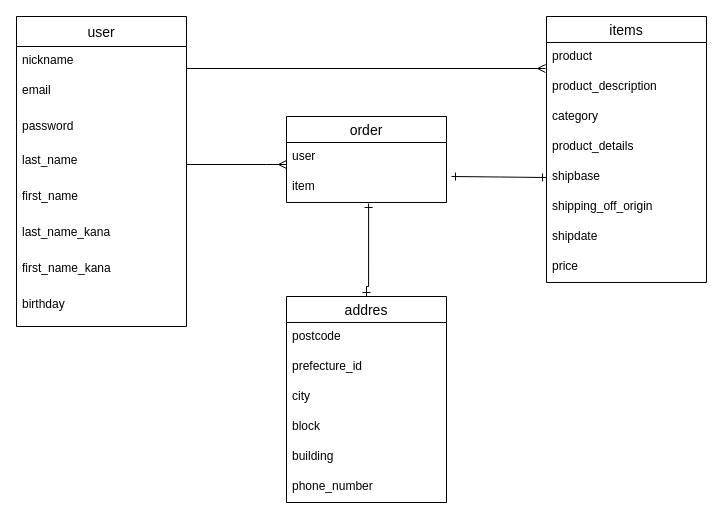
Above: test.dio in yohikazu-shibuya/furima-34737 (draw.io), before the change. Source tidied: cells renumbered, new cells numbered last; positions are measured from the earlier drawing's top-left corner, leaving out a move shared by most shapes. Both pictures are drawn from the tidied source at 100%, with x=0, y=0 at pixel (16, 16).
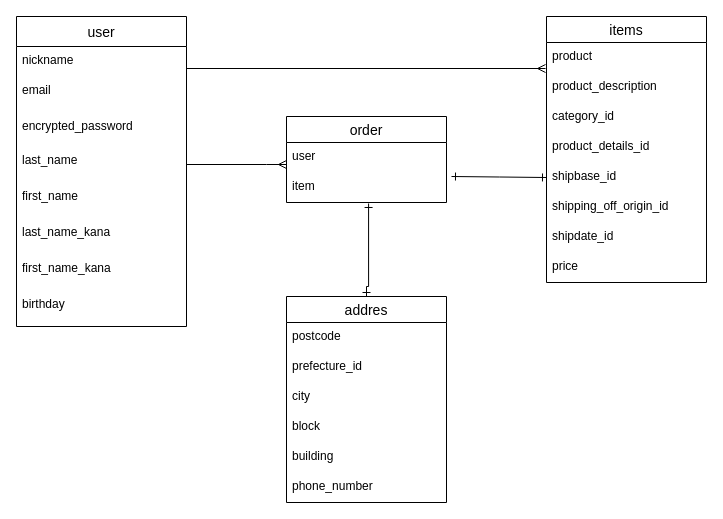
After the change.

The change refers to these unchanged cells:
```xml
<mxCell id="2" value="user" style="swimlane;fontStyle=0;horizontal=1;startSize=30;align=center;fontSize=14;" parent="1" vertex="1">
  <mxGeometry width="170" height="310" as="geometry" />
</mxCell>
<mxCell id="11" value="items" style="swimlane;fontStyle=0;horizontal=1;startSize=26;align=center;fontSize=14;" parent="1" vertex="1">
  <mxGeometry x="530" width="160" height="266" as="geometry" />
</mxCell>
```

Diff of the diagram source:
```diff
@@
-    <mxCell id="5" value="password" style="text;strokeColor=none;fillColor=none;spacingLeft=4;spacingRight=4;overflow=hidden;fontSize=12;" parent="2" vertex="1">
+    <mxCell id="5" value="encrypted_password" style="text;strokeColor=none;fillColor=none;spacingLeft=4;spacingRight=4;overflow=hidden;fontSize=12;" parent="2" vertex="1">
       <mxGeometry y="96" width="170" height="34" as="geometry" />
     </mxCell>
@@
-    <mxCell id="14" value="category" style="text;strokeColor=none;fillColor=none;spacingLeft=4;spacingRight=4;overflow=hidden;fontSize=12;" parent="11" vertex="1">
+    <mxCell id="14" value="category_id" style="text;strokeColor=none;fillColor=none;spacingLeft=4;spacingRight=4;overflow=hidden;fontSize=12;" parent="11" vertex="1">
       <mxGeometry y="86" width="160" height="30" as="geometry" />
     </mxCell>
-    <mxCell id="15" value="product_details" style="text;strokeColor=none;fillColor=none;spacingLeft=4;spacingRight=4;overflow=hidden;fontSize=12;" parent="11" vertex="1">
+    <mxCell id="15" value="product_details_id" style="text;strokeColor=none;fillColor=none;spacingLeft=4;spacingRight=4;overflow=hidden;fontSize=12;" parent="11" vertex="1">
       <mxGeometry y="116" width="160" height="30" as="geometry" />
     </mxCell>
-    <mxCell id="16" value="shipbase" style="text;strokeColor=none;fillColor=none;spacingLeft=4;spacingRight=4;overflow=hidden;points=[[0,0.5],[1,0.5]];portConstraint=eastwest;fontSize=12;" parent="11" vertex="1">
+    <mxCell id="16" value="shipbase_id" style="text;strokeColor=none;fillColor=none;spacingLeft=4;spacingRight=4;overflow=hidden;points=[[0,0.5],[1,0.5]];portConstraint=eastwest;fontSize=12;" parent="11" vertex="1">
       <mxGeometry y="146" width="160" height="30" as="geometry" />
     </mxCell>
-    <mxCell id="17" value="shipping_off_origin" style="text;strokeColor=none;fillColor=none;spacingLeft=4;spacingRight=4;overflow=hidden;fontSize=12;" parent="11" vertex="1">
+    <mxCell id="17" value="shipping_off_origin_id" style="text;strokeColor=none;fillColor=none;spacingLeft=4;spacingRight=4;overflow=hidden;fontSize=12;" parent="11" vertex="1">
       <mxGeometry y="176" width="160" height="30" as="geometry" />
     </mxCell>
-    <mxCell id="18" value="shipdate" style="text;strokeColor=none;fillColor=none;spacingLeft=4;spacingRight=4;overflow=hidden;fontSize=12;" parent="11" vertex="1">
+    <mxCell id="18" value="shipdate_id" style="text;strokeColor=none;fillColor=none;spacingLeft=4;spacingRight=4;overflow=hidden;fontSize=12;" parent="11" vertex="1">
       <mxGeometry y="206" width="160" height="30" as="geometry" />
     </mxCell>
```
